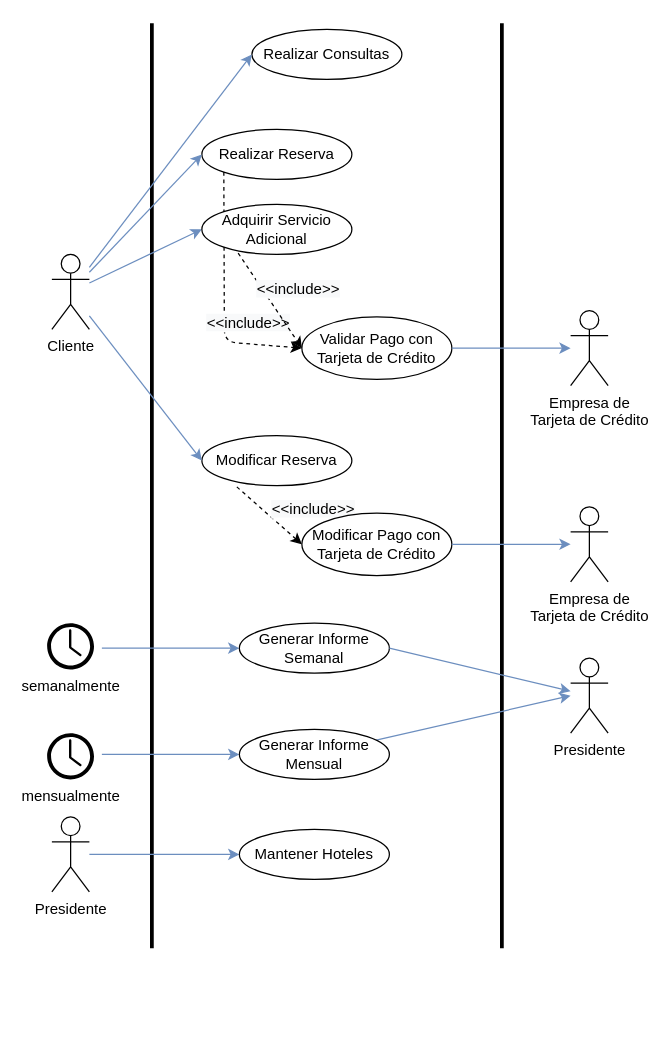
Above: TP2/diagramas/casos de uso/diag.drawio in mauro7x/aninfo (draw.io), before the change. Source tidied: cells renumbered, new cells numbered last; positions are measured from the earlier drawing's top-left corner, leaving out a move shared by most shapes. Both pictures are drawn from the tidied source at 125%, with x=0, y=0 at pixel (46, 22).
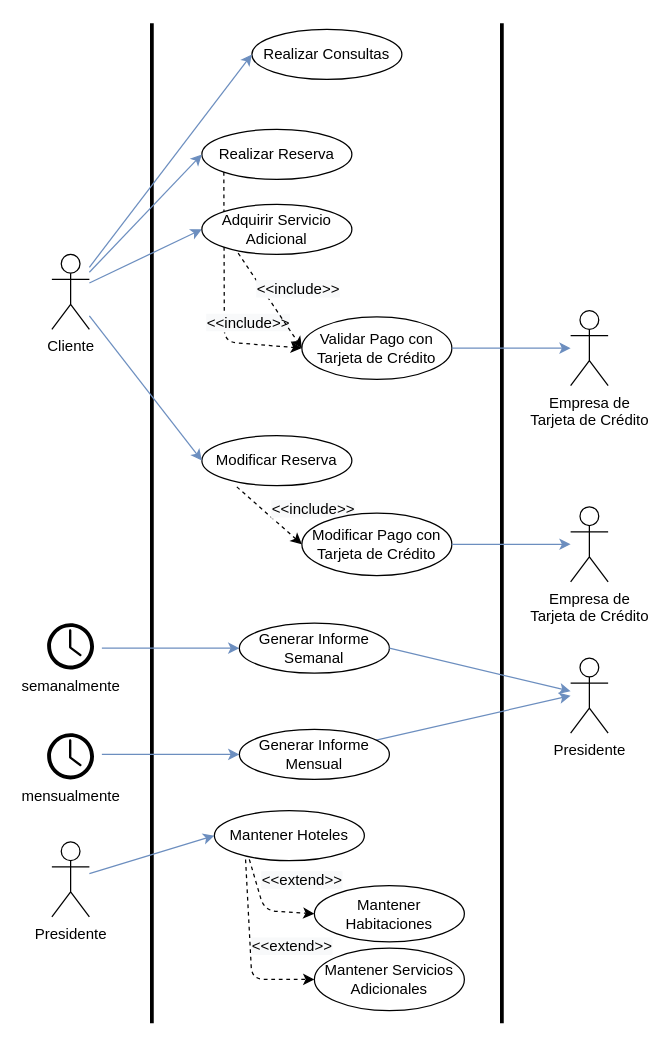
After the change.

Diff of the diagram source:
```diff
@@
     <mxCell id="2" style="endArrow=none;html=1;strokeWidth=3;" parent="1" edge="1">
       <mxGeometry relative="1" as="geometry">
-        <mxPoint x="84" y="740" as="sourcePoint" />
+        <mxPoint x="84" y="800" as="sourcePoint" />
         <mxPoint x="84" as="targetPoint" />
       </mxGeometry>
     </mxCell>
     <mxCell id="3" style="endArrow=none;html=1;strokeWidth=3;" parent="1" edge="1">
       <mxGeometry relative="1" as="geometry">
-        <mxPoint x="364" y="740" as="sourcePoint" />
+        <mxPoint x="364" y="800" as="sourcePoint" />
         <mxPoint x="364" as="targetPoint" />
       </mxGeometry>
     </mxCell>
@@
-    <mxCell id="23" style="edgeStyle=none;jettySize=auto;html=1;entryX=0;entryY=0.5;entryDx=0;entryDy=0;strokeColor=#6c8ebf;strokeWidth=1;fillColor=#dae8fc;fontSize=14;" parent="1" edge="1" source="24" target="25">
+    <mxCell id="23" style="edgeStyle=none;jettySize=auto;html=1;strokeColor=#6c8ebf;strokeWidth=1;fillColor=#dae8fc;fontSize=14;entryX=0;entryY=0.5;entryDx=0;entryDy=0;" parent="1" edge="1" source="24" target="25">
       <mxGeometry relative="1" as="geometry" />
     </mxCell>
     <mxCell id="24" value="Presidente" style="shape=umlActor;verticalLabelPosition=bottom;verticalAlign=top;html=1;outlineConnect=0;" parent="1" vertex="1">
-      <mxGeometry x="4" y="635" width="30" height="60" as="geometry" />
+      <mxGeometry x="4" y="655" width="30" height="60" as="geometry" />
     </mxCell>
-    <mxCell id="25" value="Mantener Hoteles" style="ellipse;whiteSpace=wrap;html=1;strokeWidth=1;fontSize=12;" parent="1" vertex="1">
-      <mxGeometry x="154" y="645" width="120" height="40" as="geometry" />
-    </mxCell>
@@
+    <mxCell id="37" value="Mantener Habitaciones" style="ellipse;whiteSpace=wrap;html=1;strokeWidth=1;fontSize=12;" parent="1" vertex="1">
+      <mxGeometry x="214" y="690" width="120" height="45" as="geometry" />
+    </mxCell>
+    <mxCell id="38" value="Mantener Servicios Adicionales" style="ellipse;whiteSpace=wrap;html=1;strokeWidth=1;fontSize=12;" parent="1" vertex="1">
+      <mxGeometry x="214" y="740" width="120" height="50" as="geometry" />
+    </mxCell>
+    <mxCell id="25" value="Mantener Hoteles" style="ellipse;whiteSpace=wrap;html=1;strokeWidth=1;fontSize=12;" parent="1" vertex="1">
+      <mxGeometry x="134" y="630" width="120" height="40" as="geometry" />
+    </mxCell>
+    <mxCell id="39" style="endArrow=classic;html=1;exitX=0.233;exitY=0.975;exitDx=0;exitDy=0;dashed=1;exitPerimeter=0;entryX=0;entryY=0.5;entryDx=0;entryDy=0;" parent="1" edge="1" source="25" target="37">
+      <mxGeometry relative="1" as="geometry">
+        <Array as="points">
+          <mxPoint x="174" y="710" />
+        </Array>
+      </mxGeometry>
+    </mxCell>
+    <mxCell id="40" value="&lt;span style=&quot;font-size: 12px ; background-color: rgb(248 , 249 , 250)&quot;&gt;&amp;lt;&amp;lt;extend&amp;gt;&amp;gt;&lt;/span&gt;" style="edgeLabel;html=1;align=center;verticalAlign=middle;fontSize=14;" parent="39" vertex="1">
+      <mxGeometry x="0.36" y="2" relative="1" as="geometry">
+        <mxPoint x="16.1" y="-23.9" as="offset" />
+      </mxGeometry>
+    </mxCell>
+    <mxCell id="41" style="endArrow=classic;html=1;exitX=0.208;exitY=0.976;exitDx=0;exitDy=0;dashed=1;exitPerimeter=0;entryX=0;entryY=0.5;entryDx=0;entryDy=0;" parent="1" edge="1" source="25" target="38">
+      <mxGeometry relative="1" as="geometry">
+        <Array as="points">
+          <mxPoint x="164" y="765" />
+        </Array>
+      </mxGeometry>
+    </mxCell>
+    <mxCell id="42" value="&lt;span style=&quot;font-size: 12px ; background-color: rgb(248 , 249 , 250)&quot;&gt;&amp;lt;&amp;lt;extend&amp;gt;&amp;gt;&lt;/span&gt;" style="edgeLabel;html=1;align=center;verticalAlign=middle;fontSize=14;" parent="41" vertex="1">
+      <mxGeometry x="0.36" y="2" relative="1" as="geometry">
+        <mxPoint x="28.6" y="-25.7" as="offset" />
+      </mxGeometry>
+    </mxCell>
```
